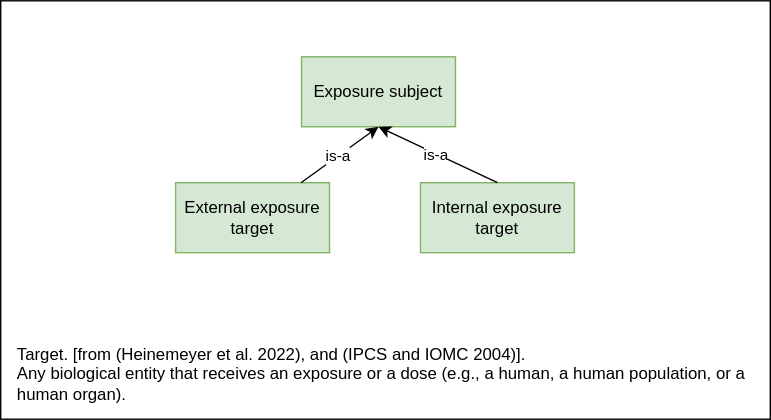
This is sub-group-exposure-target.drawio.svg from eu-parc/aggregate-exposure-modelling, a draw.io export, as it was before one commit. Source tidied: cells renumbered, new cells last; positions are measured from the earlier drawing's top-left corner, leaving out a move shared by most shapes.
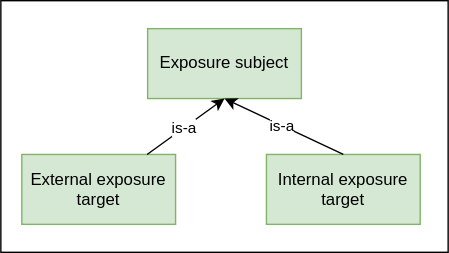
Later version of the same file.

Diff of the diagram source:
```diff
@@ -3,11 +3,8 @@
     <mxCell id="0" />
     <mxCell id="1" parent="0" />
     <mxCell id="2" style="rounded=0;whiteSpace=wrap;html=1;" parent="1" vertex="1">
-      <mxGeometry width="550" height="299" as="geometry" />
+      <mxGeometry x="110" y="20" width="320" height="180" as="geometry" />
     </mxCell>
-    <mxCell id="3" value="Target. [from (Heinemeyer et al. 2022), and (IPCS and IOMC 2004)]. &#10;Any biological entity that receives an exposure or a dose (e.g., a human, a human population, or a human organ)." style="text;whiteSpace=wrap;html=1;" parent="1" vertex="1">
-      <mxGeometry x="10" y="239" width="530" height="50" as="geometry" />
-    </mxCell>
     <mxCell id="4" value="External exposure target" style="rounded=0;whiteSpace=wrap;html=1;fillColor=#d5e8d4;strokeColor=#82b366;fontColor=#000000;" parent="1" vertex="1">
       <mxGeometry x="125" y="130" width="110" height="50" as="geometry" />
     </mxCell>
```
